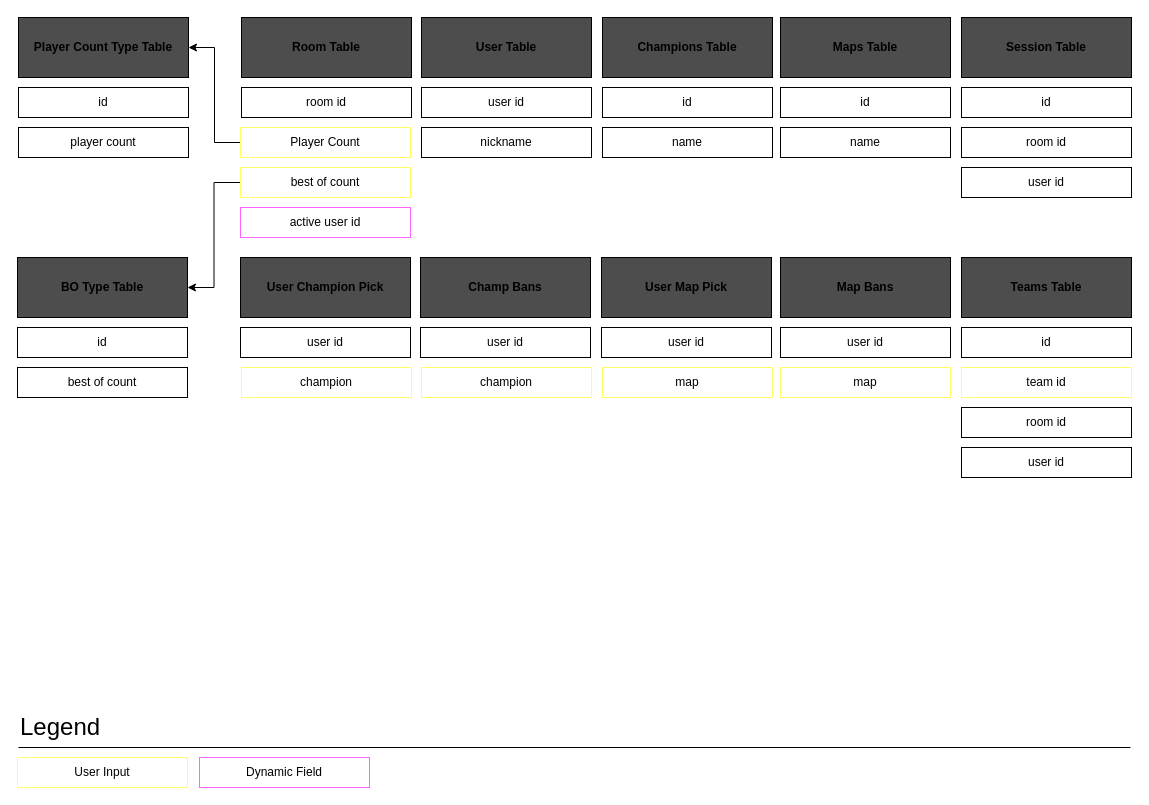
Before: page "DB_Arch" (1 of 4) of quakePicker.drawio in wilsonept/quake-picker, a draw.io diagram. Source tidied: cells renumbered, new cells numbered last; positions are measured from the earlier drawing's top-left corner, leaving out a move shared by most shapes. Both pictures are drawn from the tidied source at 100%, with x=0, y=0 at pixel (17, 17).
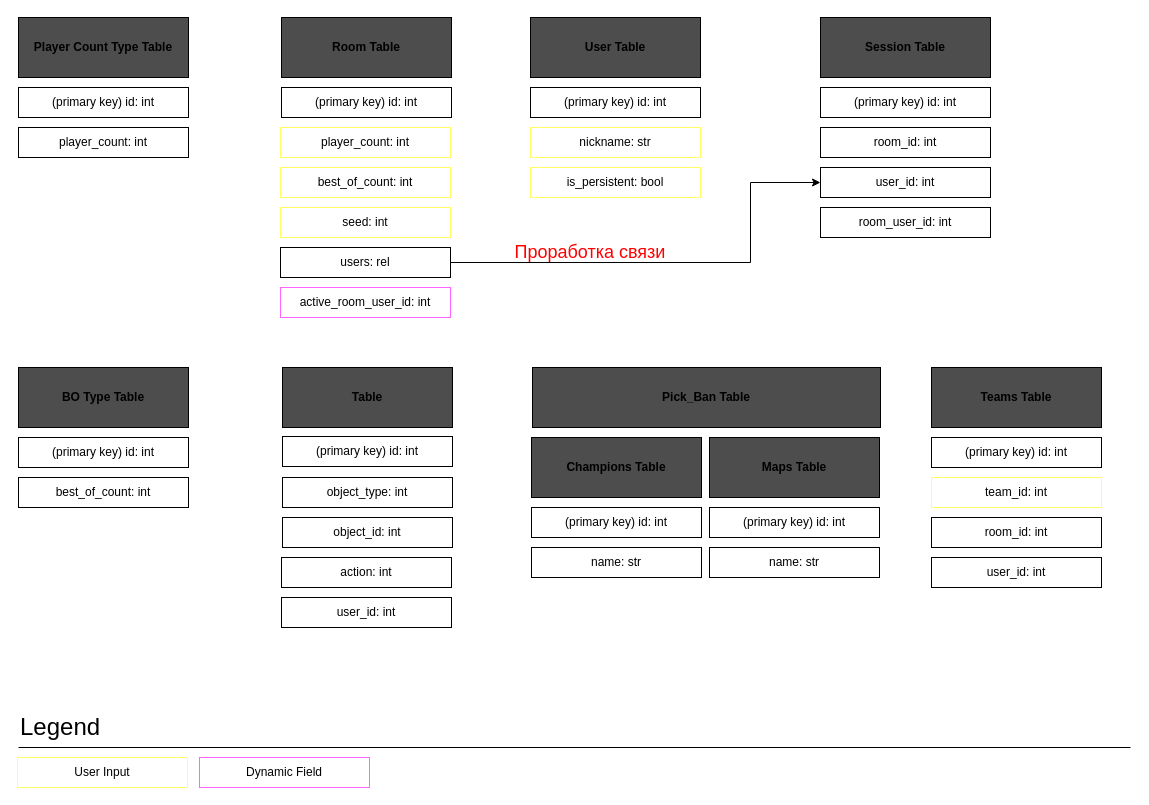
Above is the later version.

Unchanged cells that the change refers to:
```xml
<mxCell id="12" value="Player Count Type Table" style="rounded=0;whiteSpace=wrap;html=1;fillColor=#4D4D4D;fontStyle=1;" parent="1" vertex="1">
  <mxGeometry x="1" width="170" height="60" as="geometry" />
</mxCell>
```

The edit, as a diff of the source:
```diff
@@
     <mxCell id="2" value="Room Table" style="rounded=0;whiteSpace=wrap;html=1;fillColor=#4D4D4D;fontStyle=1;" parent="1" vertex="1">
-      <mxGeometry x="224" width="170" height="60" as="geometry" />
+      <mxGeometry x="264" width="170" height="60" as="geometry" />
     </mxCell>
     <mxCell id="3" value="User Table" style="rounded=0;whiteSpace=wrap;html=1;fillColor=#4D4D4D;fontStyle=1;" parent="1" vertex="1">
-      <mxGeometry x="404" width="170" height="60" as="geometry" />
+      <mxGeometry x="513" width="170" height="60" as="geometry" />
     </mxCell>
     <mxCell id="4" value="Champions Table" style="rounded=0;whiteSpace=wrap;html=1;fillColor=#4D4D4D;fontStyle=1;" parent="1" vertex="1">
-      <mxGeometry x="585" width="170" height="60" as="geometry" />
+      <mxGeometry x="514" y="420" width="170" height="60" as="geometry" />
     </mxCell>
-    <mxCell id="5" value="room id" style="rounded=0;whiteSpace=wrap;html=1;" parent="1" vertex="1">
-      <mxGeometry x="224" y="70" width="170" height="30" as="geometry" />
+    <mxCell id="5" value="(primary key) id: int" style="rounded=0;whiteSpace=wrap;html=1;" parent="1" vertex="1">
+      <mxGeometry x="264" y="70" width="170" height="30" as="geometry" />
     </mxCell>
-    <mxCell id="6" style="edgeStyle=orthogonalEdgeStyle;rounded=0;jettySize=auto;html=1;entryX=1;entryY=0.5;entryDx=0;entryDy=0;" parent="1" edge="1" source="7" target="12">
-      <mxGeometry relative="1" as="geometry" />
-    </mxCell>
-    <mxCell id="7" value="Player Count" style="rounded=0;whiteSpace=wrap;html=1;strokeColor=#FFFF66;" parent="1" vertex="1">
-      <mxGeometry x="223" y="110" width="170" height="30" as="geometry" />
+    <mxCell id="7" value="player_count: int" style="rounded=0;whiteSpace=wrap;html=1;strokeColor=#FFFF66;" parent="1" vertex="1">
+      <mxGeometry x="263" y="110" width="170" height="30" as="geometry" />
     </mxCell>
-    <mxCell id="8" value="user id" style="rounded=0;whiteSpace=wrap;html=1;" parent="1" vertex="1">
-      <mxGeometry x="404" y="70" width="170" height="30" as="geometry" />
+    <mxCell id="8" value="(primary key) id: int" style="rounded=0;whiteSpace=wrap;html=1;" parent="1" vertex="1">
+      <mxGeometry x="513" y="70" width="170" height="30" as="geometry" />
     </mxCell>
-    <mxCell id="9" value="nickname" style="rounded=0;whiteSpace=wrap;html=1;" parent="1" vertex="1">
-      <mxGeometry x="404" y="110" width="170" height="30" as="geometry" />
+    <mxCell id="9" value="nickname: str" style="rounded=0;whiteSpace=wrap;html=1;strokeColor=#FFFF66;" parent="1" vertex="1">
+      <mxGeometry x="513" y="110" width="170" height="30" as="geometry" />
     </mxCell>
-    <mxCell id="10" value="id" style="rounded=0;whiteSpace=wrap;html=1;" parent="1" vertex="1">
-      <mxGeometry x="585" y="70" width="170" height="30" as="geometry" />
+    <mxCell id="10" value="(primary key) id: int" style="rounded=0;whiteSpace=wrap;html=1;" parent="1" vertex="1">
+      <mxGeometry x="514" y="490" width="170" height="30" as="geometry" />
     </mxCell>
-    <mxCell id="11" value="name" style="rounded=0;whiteSpace=wrap;html=1;" parent="1" vertex="1">
-      <mxGeometry x="585" y="110" width="170" height="30" as="geometry" />
+    <mxCell id="11" value="name: str" style="rounded=0;whiteSpace=wrap;html=1;" parent="1" vertex="1">
+      <mxGeometry x="514" y="530" width="170" height="30" as="geometry" />
     </mxCell>
@@
-    <mxCell id="13" value="active user id" style="rounded=0;whiteSpace=wrap;html=1;strokeColor=#FF66FF;" parent="1" vertex="1">
-      <mxGeometry x="223" y="190" width="170" height="30" as="geometry" />
+    <mxCell id="13" value="active_room_user_id: int" style="rounded=0;whiteSpace=wrap;html=1;strokeColor=#FF66FF;" parent="1" vertex="1">
+      <mxGeometry x="263" y="270" width="170" height="30" as="geometry" />
     </mxCell>
-    <mxCell id="14" value="best of count" style="rounded=0;whiteSpace=wrap;html=1;" parent="1" vertex="1">
-      <mxGeometry y="350" width="170" height="30" as="geometry" />
+    <mxCell id="14" value="best_of_count: int" style="rounded=0;whiteSpace=wrap;html=1;" parent="1" vertex="1">
+      <mxGeometry x="1" y="460" width="170" height="30" as="geometry" />
     </mxCell>
     <mxCell id="15" value="BO Type Table" style="rounded=0;whiteSpace=wrap;html=1;fillColor=#4D4D4D;fontStyle=1;" parent="1" vertex="1">
-      <mxGeometry y="240" width="170" height="60" as="geometry" />
+      <mxGeometry x="1" y="350" width="170" height="60" as="geometry" />
     </mxCell>
-    <mxCell id="16" value="id" style="rounded=0;whiteSpace=wrap;html=1;" parent="1" vertex="1">
+    <mxCell id="16" value="(primary key) id: int" style="rounded=0;whiteSpace=wrap;html=1;" parent="1" vertex="1">
       <mxGeometry x="1" y="70" width="170" height="30" as="geometry" />
     </mxCell>
-    <mxCell id="17" value="player count" style="rounded=0;whiteSpace=wrap;html=1;" parent="1" vertex="1">
+    <mxCell id="17" value="player_count: int" style="rounded=0;whiteSpace=wrap;html=1;" parent="1" vertex="1">
       <mxGeometry x="1" y="110" width="170" height="30" as="geometry" />
     </mxCell>
-    <mxCell id="18" value="id" style="rounded=0;whiteSpace=wrap;html=1;" parent="1" vertex="1">
-      <mxGeometry y="310" width="170" height="30" as="geometry" />
+    <mxCell id="18" value="(primary key) id: int" style="rounded=0;whiteSpace=wrap;html=1;" parent="1" vertex="1">
+      <mxGeometry x="1" y="420" width="170" height="30" as="geometry" />
     </mxCell>
-    <mxCell id="19" style="edgeStyle=orthogonalEdgeStyle;rounded=0;jettySize=auto;html=1;entryX=1;entryY=0.5;entryDx=0;entryDy=0;" parent="1" edge="1" source="20" target="15">
-      <mxGeometry relative="1" as="geometry" />
-    </mxCell>
-    <mxCell id="20" value="best of count" style="rounded=0;whiteSpace=wrap;html=1;strokeColor=#FFFF66;" parent="1" vertex="1">
-      <mxGeometry x="223" y="150" width="170" height="30" as="geometry" />
+    <mxCell id="20" value="best_of_count: int" style="rounded=0;whiteSpace=wrap;html=1;strokeColor=#FFFF66;" parent="1" vertex="1">
+      <mxGeometry x="263" y="150" width="170" height="30" as="geometry" />
     </mxCell>
     <mxCell id="21" value="Maps Table" style="rounded=0;whiteSpace=wrap;html=1;fillColor=#4D4D4D;fontStyle=1;" parent="1" vertex="1">
-      <mxGeometry x="763" width="170" height="60" as="geometry" />
+      <mxGeometry x="692" y="420" width="170" height="60" as="geometry" />
     </mxCell>
-    <mxCell id="22" value="id" style="rounded=0;whiteSpace=wrap;html=1;" parent="1" vertex="1">
-      <mxGeometry x="763" y="70" width="170" height="30" as="geometry" />
-    </mxCell>
-    <mxCell id="23" value="name" style="rounded=0;whiteSpace=wrap;html=1;" parent="1" vertex="1">
-      <mxGeometry x="763" y="110" width="170" height="30" as="geometry" />
-    </mxCell>
-    <mxCell id="24" value="User Champion Pick" style="rounded=0;whiteSpace=wrap;html=1;fillColor=#4D4D4D;fontStyle=1;" parent="1" vertex="1">
-      <mxGeometry x="223" y="240" width="170" height="60" as="geometry" />
-    </mxCell>
-    <mxCell id="25" value="user id" style="rounded=0;whiteSpace=wrap;html=1;" parent="1" vertex="1">
-      <mxGeometry x="223" y="310" width="170" height="30" as="geometry" />
-    </mxCell>
-    <mxCell id="26" value="Champ Bans" style="rounded=0;whiteSpace=wrap;html=1;fillColor=#4D4D4D;fontStyle=1;" parent="1" vertex="1">
-      <mxGeometry x="403" y="240" width="170" height="60" as="geometry" />
-    </mxCell>
-    <mxCell id="27" value="user id" style="rounded=0;whiteSpace=wrap;html=1;" parent="1" vertex="1">
-      <mxGeometry x="403" y="310" width="170" height="30" as="geometry" />
-    </mxCell>
-    <mxCell id="28" value="User Map Pick" style="rounded=0;whiteSpace=wrap;html=1;fillColor=#4D4D4D;fontStyle=1;" parent="1" vertex="1">
-      <mxGeometry x="584" y="240" width="170" height="60" as="geometry" />
-    </mxCell>
-    <mxCell id="29" value="user id" style="rounded=0;whiteSpace=wrap;html=1;" parent="1" vertex="1">
-      <mxGeometry x="584" y="310" width="170" height="30" as="geometry" />
-    </mxCell>
-    <mxCell id="30" value="Map Bans" style="rounded=0;whiteSpace=wrap;html=1;fillColor=#4D4D4D;fontStyle=1;" parent="1" vertex="1">
-      <mxGeometry x="763" y="240" width="170" height="60" as="geometry" />
-    </mxCell>
-    <mxCell id="31" value="user id" style="rounded=0;whiteSpace=wrap;html=1;" parent="1" vertex="1">
-      <mxGeometry x="763" y="310" width="170" height="30" as="geometry" />
-    </mxCell>
-    <mxCell id="32" value="map" style="rounded=0;whiteSpace=wrap;html=1;strokeColor=#FFFF66;" parent="1" vertex="1">
-      <mxGeometry x="763" y="350" width="170" height="30" as="geometry" />
-    </mxCell>
     <mxCell id="33" value="Session Table" style="rounded=0;whiteSpace=wrap;html=1;fillColor=#4D4D4D;fontStyle=1;" parent="1" vertex="1">
-      <mxGeometry x="944" width="170" height="60" as="geometry" />
+      <mxGeometry x="803" width="170" height="60" as="geometry" />
     </mxCell>
-    <mxCell id="34" value="id" style="rounded=0;whiteSpace=wrap;html=1;" parent="1" vertex="1">
-      <mxGeometry x="944" y="70" width="170" height="30" as="geometry" />
-    </mxCell>
-    <mxCell id="35" value="room id" style="rounded=0;whiteSpace=wrap;html=1;" parent="1" vertex="1">
-      <mxGeometry x="944" y="110" width="170" height="30" as="geometry" />
+    <mxCell id="35" value="room_id: int" style="rounded=0;whiteSpace=wrap;html=1;" parent="1" vertex="1">
+      <mxGeometry x="803" y="110" width="170" height="30" as="geometry" />
     </mxCell>
-    <mxCell id="36" value="user id" style="rounded=0;whiteSpace=wrap;html=1;" parent="1" vertex="1">
-      <mxGeometry x="944" y="150" width="170" height="30" as="geometry" />
+    <mxCell id="36" value="user_id: int" style="rounded=0;whiteSpace=wrap;html=1;" parent="1" vertex="1">
+      <mxGeometry x="803" y="150" width="170" height="30" as="geometry" />
     </mxCell>
@@
     <mxCell id="39" value="Teams Table" style="rounded=0;whiteSpace=wrap;html=1;fillColor=#4D4D4D;fontStyle=1;" parent="1" vertex="1">
-      <mxGeometry x="944" y="240" width="170" height="60" as="geometry" />
+      <mxGeometry x="914" y="350" width="170" height="60" as="geometry" />
     </mxCell>
-    <mxCell id="40" value="room id" style="rounded=0;whiteSpace=wrap;html=1;" parent="1" vertex="1">
-      <mxGeometry x="944" y="390" width="170" height="30" as="geometry" />
+    <mxCell id="40" value="room_id: int" style="rounded=0;whiteSpace=wrap;html=1;" parent="1" vertex="1">
+      <mxGeometry x="914" y="500" width="170" height="30" as="geometry" />
     </mxCell>
-    <mxCell id="41" value="user id" style="rounded=0;whiteSpace=wrap;html=1;" parent="1" vertex="1">
-      <mxGeometry x="944" y="430" width="170" height="30" as="geometry" />
+    <mxCell id="41" value="user_id: int" style="rounded=0;whiteSpace=wrap;html=1;" parent="1" vertex="1">
+      <mxGeometry x="914" y="540" width="170" height="30" as="geometry" />
     </mxCell>
-    <mxCell id="42" value="team id" style="rounded=0;whiteSpace=wrap;html=1;strokeColor=#FFFF66;" parent="1" vertex="1">
-      <mxGeometry x="944" y="350" width="170" height="30" as="geometry" />
+    <mxCell id="42" value="team_id: int" style="rounded=0;whiteSpace=wrap;html=1;strokeColor=#FFFF66;" parent="1" vertex="1">
+      <mxGeometry x="914" y="460" width="170" height="30" as="geometry" />
     </mxCell>
-    <mxCell id="43" value="id" style="rounded=0;whiteSpace=wrap;html=1;" parent="1" vertex="1">
-      <mxGeometry x="944" y="310" width="170" height="30" as="geometry" />
+    <mxCell id="43" value="(primary key) id: int" style="rounded=0;whiteSpace=wrap;html=1;" parent="1" vertex="1">
+      <mxGeometry x="914" y="420" width="170" height="30" as="geometry" />
     </mxCell>
-    <mxCell id="44" value="champion" style="rounded=0;whiteSpace=wrap;html=1;strokeColor=#FFFF66;" parent="1" vertex="1">
-      <mxGeometry x="224" y="350" width="170" height="30" as="geometry" />
-    </mxCell>
-    <mxCell id="45" value="champion" style="rounded=0;whiteSpace=wrap;html=1;strokeColor=#FFFF66;" parent="1" vertex="1">
-      <mxGeometry x="404" y="350" width="170" height="30" as="geometry" />
-    </mxCell>
-    <mxCell id="46" value="map" style="rounded=0;whiteSpace=wrap;html=1;strokeColor=#FFFF66;" parent="1" vertex="1">
-      <mxGeometry x="585" y="350" width="170" height="30" as="geometry" />
-    </mxCell>
@@
+    <mxCell id="49" value="is_persistent: bool" style="rounded=0;whiteSpace=wrap;html=1;strokeColor=#FFFF66;" parent="1" vertex="1">
+      <mxGeometry x="513" y="150" width="170" height="30" as="geometry" />
+    </mxCell>
+    <mxCell id="50" value="name: str" style="rounded=0;whiteSpace=wrap;html=1;" parent="1" vertex="1">
+      <mxGeometry x="692" y="530" width="170" height="30" as="geometry" />
+    </mxCell>
+    <mxCell id="51" value="(primary key) id: int" style="rounded=0;whiteSpace=wrap;html=1;" parent="1" vertex="1">
+      <mxGeometry x="692" y="490" width="170" height="30" as="geometry" />
+    </mxCell>
+    <mxCell id="52" value="(primary key) id: int" style="rounded=0;whiteSpace=wrap;html=1;" parent="1" vertex="1">
+      <mxGeometry x="803" y="70" width="170" height="30" as="geometry" />
+    </mxCell>
+    <mxCell id="53" value="seed: int" style="rounded=0;whiteSpace=wrap;html=1;strokeColor=#FFFF66;" parent="1" vertex="1">
+      <mxGeometry x="263" y="190" width="170" height="30" as="geometry" />
+    </mxCell>
+    <mxCell id="54" value="Table" style="rounded=0;whiteSpace=wrap;html=1;fillColor=#4D4D4D;fontStyle=1;" parent="1" vertex="1">
+      <mxGeometry x="265" y="350" width="170" height="60" as="geometry" />
+    </mxCell>
+    <mxCell id="55" value="(primary key) id: int" style="rounded=0;whiteSpace=wrap;html=1;" parent="1" vertex="1">
+      <mxGeometry x="265" y="419" width="170" height="30" as="geometry" />
+    </mxCell>
+    <mxCell id="56" value="object_type: int" style="rounded=0;whiteSpace=wrap;html=1;" parent="1" vertex="1">
+      <mxGeometry x="265" y="460" width="170" height="30" as="geometry" />
+    </mxCell>
+    <mxCell id="57" value="action: int" style="rounded=0;whiteSpace=wrap;html=1;" parent="1" vertex="1">
+      <mxGeometry x="264" y="540" width="170" height="30" as="geometry" />
+    </mxCell>
+    <mxCell id="58" value="object_id: int" style="rounded=0;whiteSpace=wrap;html=1;" parent="1" vertex="1">
+      <mxGeometry x="265" y="500" width="170" height="30" as="geometry" />
+    </mxCell>
+    <mxCell id="59" value="Pick_Ban Table" style="rounded=0;whiteSpace=wrap;html=1;fillColor=#4D4D4D;fontStyle=1;" parent="1" vertex="1">
+      <mxGeometry x="515" y="350" width="348" height="60" as="geometry" />
+    </mxCell>
+    <mxCell id="60" value="user_id: int" style="rounded=0;whiteSpace=wrap;html=1;" parent="1" vertex="1">
+      <mxGeometry x="264" y="580" width="170" height="30" as="geometry" />
+    </mxCell>
+    <mxCell id="61" value="room_user_id: int" style="rounded=0;whiteSpace=wrap;html=1;" parent="1" vertex="1">
+      <mxGeometry x="803" y="190" width="170" height="30" as="geometry" />
+    </mxCell>
+    <mxCell id="62" style="edgeStyle=orthogonalEdgeStyle;rounded=0;jettySize=auto;html=1;entryX=0;entryY=0.5;entryDx=0;entryDy=0;fontSize=18;endArrow=classic;endFill=1;strokeColor=default;" parent="1" edge="1" source="63" target="36">
+      <mxGeometry relative="1" as="geometry">
+        <Array as="points">
+          <mxPoint x="733" y="245" />
+          <mxPoint x="733" y="165" />
+        </Array>
+      </mxGeometry>
+    </mxCell>
+    <mxCell id="63" value="users: rel" style="rounded=0;whiteSpace=wrap;html=1;" parent="1" vertex="1">
+      <mxGeometry x="263" y="230" width="170" height="30" as="geometry" />
+    </mxCell>
+    <mxCell id="64" value="Проработка связи" style="text;html=1;strokeColor=none;fillColor=none;align=center;verticalAlign=middle;whiteSpace=wrap;rounded=0;fontSize=18;fontColor=#FF0000;" parent="1" vertex="1">
+      <mxGeometry x="473" y="220" width="200" height="30" as="geometry" />
+    </mxCell>
```
